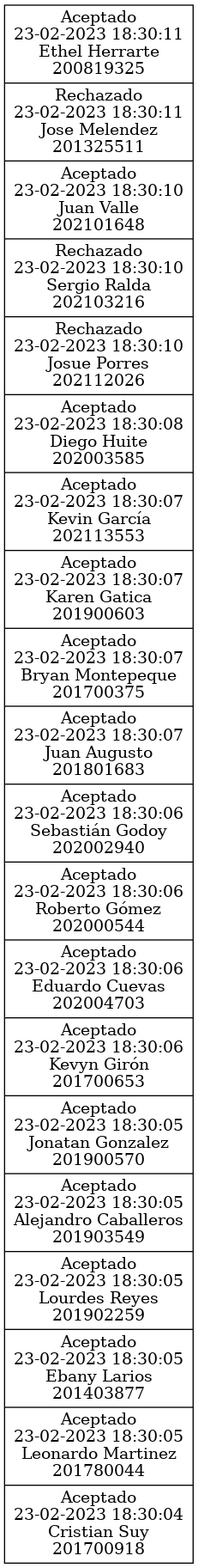
This is EDD_Proyecto1_Fase1/Build/Reportes/accionesAdmin.png from Dgo45921/EDD_1S2023_PY_202003585, a Graphviz export, as it was before one commit. Its source is kept beside it as EDD_Proyecto1_Fase1/Build/Reportes/accionesAdmin.dot. The source it was exported from:
```dot
digraph G {

  node [shape=record]

accion[label="{ Aceptado\n23-02-2023 18:30:11\nEthel Herrarte\n200819325|Rechazado\n23-02-2023 18:30:11\nJose Melendez\n201325511|Aceptado\n23-02-2023 18:30:10\nJuan Valle\n202101648|Rechazado\n23-02-2023 18:30:10\nSergio Ralda\n202103216|Rechazado\n23-02-2023 18:30:10\nJosue Porres\n202112026|Aceptado\n23-02-2023 18:30:08\nDiego Huite\n202003585|Aceptado\n23-02-2023 18:30:07\nKevin García\n202113553|Aceptado\n23-02-2023 18:30:07\nKaren Gatica\n201900603|Aceptado\n23-02-2023 18:30:07\nBryan Montepeque\n201700375|Aceptado\n23-02-2023 18:30:07\nJuan Augusto\n201801683|Aceptado\n23-02-2023 18:30:06\nSebastián Godoy\n202002940|Aceptado\n23-02-2023 18:30:06\nRoberto Gómez\n202000544|Aceptado\n23-02-2023 18:30:06\nEduardo Cuevas\n202004703|Aceptado\n23-02-2023 18:30:06\nKevyn Girón\n201700653|Aceptado\n23-02-2023 18:30:05\nJonatan Gonzalez\n201900570|Aceptado\n23-02-2023 18:30:05\nAlejandro Caballeros\n201903549|Aceptado\n23-02-2023 18:30:05\nLourdes Reyes\n201902259|Aceptado\n23-02-2023 18:30:05\nEbany Larios\n201403877|Aceptado\n23-02-2023 18:30:05\nLeonardo Martinez\n201780044|Aceptado\n23-02-2023 18:30:04\nCristian Suy\n201700918}"];
}
```
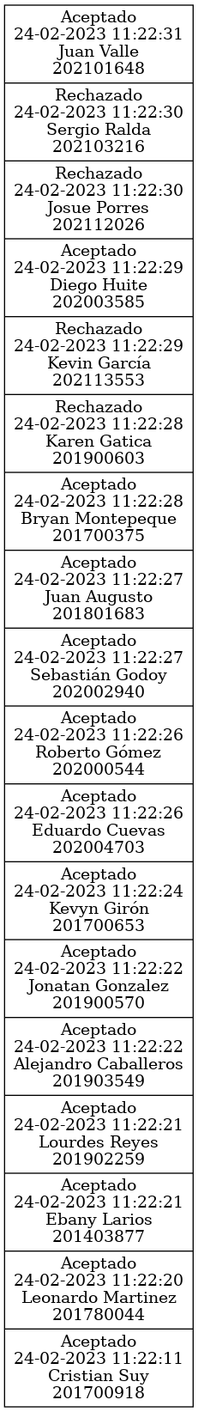
The same diagram one commit later.

What changed in the source:
```diff
@@ -2,5 +2,5 @@
 
   node [shape=record]
 
-accion[label="{ Aceptado\n23-02-2023 18:30:11\nEthel Herrarte\n200819325|Rechazado\n23-02-2023 18:30:11\nJose Melendez\n201325511|Aceptado\n23-02-2023 18:30:10\nJuan Valle\n202101648|Rechazado\n23-02-2023 18:30:10\nSergio Ralda\n202103216|Rechazado\n23-02-2023 18:30:10\nJosue Porres\n202112026|Aceptado\n23-02-2023 18:30:08\nDiego Huite\n202003585|Aceptado\n23-02-2023 18:30:07\nKevin García\n202113553|Aceptado\n23-02-2023 18:30:07\nKaren Gatica\n201900603|Aceptado\n23-02-2023 18:30:07\nBryan Montepeque\n201700375|Aceptado\n23-02-2023 18:30:07\nJuan Augusto\n201801683|Aceptado\n23-02-2023 18:30:06\nSebastián Godoy\n202002940|Aceptado\n23-02-2023 18:30:06\nRoberto Gómez\n202000544|Aceptado\n23-02-2023 18:30:06\nEduardo Cuevas\n202004703|Aceptado\n23-02-2023 18:30:06\nKevyn Girón\n201700653|Aceptado\n23-02-2023 18:30:05\nJonatan Gonzalez\n201900570|Aceptado\n23-02-2023 18:30:05\nAlejandro Caballeros\n201903549|Aceptado\n23-02-2023 18:30:05\nLourdes Reyes\n201902259|Aceptado\n23-02-2023 18:30:05\nEbany Larios\n201403877|Aceptado\n23-02-2023 18:30:05\nLeonardo Martinez\n201780044|Aceptado\n23-02-2023 18:30:04\nCristian Suy\n201700918}"];
+accion[label="{ Aceptado\n24-02-2023 11:22:31\nJuan Valle\n202101648|Rechazado\n24-02-2023 11:22:30\nSergio Ralda\n202103216|Rechazado\n24-02-2023 11:22:30\nJosue Porres\n202112026|Aceptado\n24-02-2023 11:22:29\nDiego Huite\n202003585|Rechazado\n24-02-2023 11:22:29\nKevin García\n202113553|Rechazado\n24-02-2023 11:22:28\nKaren Gatica\n201900603|Aceptado\n24-02-2023 11:22:28\nBryan Montepeque\n201700375|Aceptado\n24-02-2023 11:22:27\nJuan Augusto\n201801683|Aceptado\n24-02-2023 11:22:27\nSebastián Godoy\n202002940|Aceptado\n24-02-2023 11:22:26\nRoberto Gómez\n202000544|Aceptado\n24-02-2023 11:22:26\nEduardo Cuevas\n202004703|Aceptado\n24-02-2023 11:22:24\nKevyn Girón\n201700653|Aceptado\n24-02-2023 11:22:22\nJonatan Gonzalez\n201900570|Aceptado\n24-02-2023 11:22:22\nAlejandro Caballeros\n201903549|Aceptado\n24-02-2023 11:22:21\nLourdes Reyes\n201902259|Aceptado\n24-02-2023 11:22:21\nEbany Larios\n201403877|Aceptado\n24-02-2023 11:22:20\nLeonardo Martinez\n201780044|Aceptado\n24-02-2023 11:22:11\nCristian Suy\n201700918}"];
 }
```
